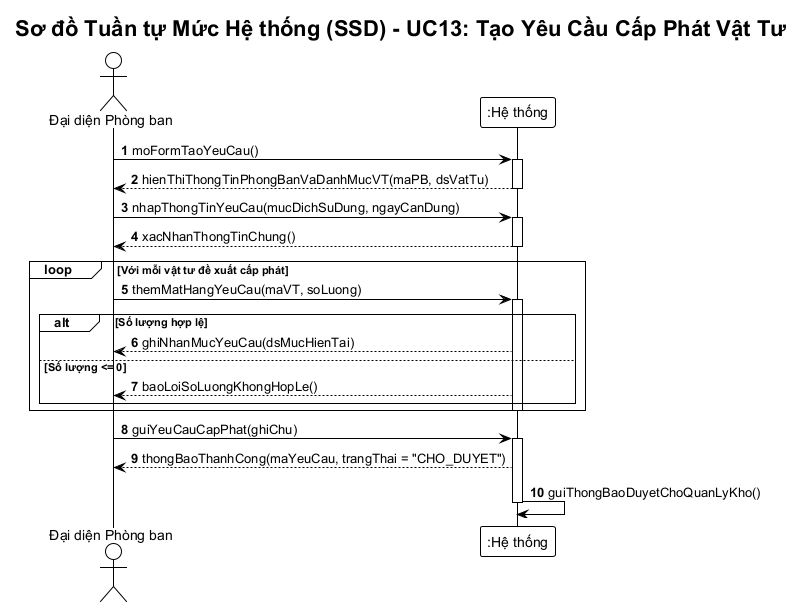
The PlantUML diagram BTL-QuanLyKhoHang/diagrams/ssd-yeu-cau-cap-phat.png in vuhoabinh2416137/G8_Quanlysanphamvakhohang, before a commit.
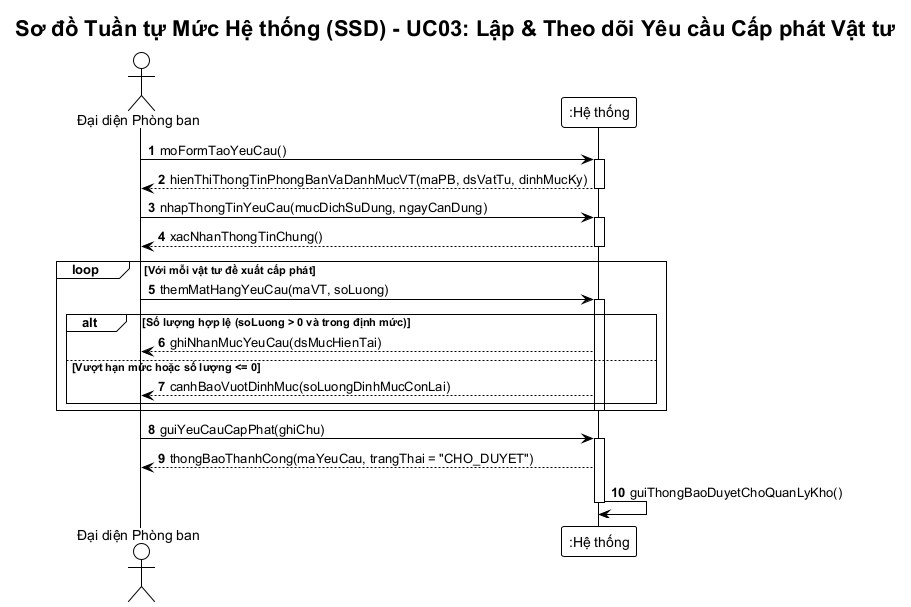
After the commit.

What changed in the source:
```diff
@@ -4,14 +4,14 @@
 skinparam responseMessageBelowArrow true
 skinparam defaultFontName "Arial"
 
-title Sơ đồ Tuần tự Mức Hệ thống (SSD) - UC13: Tạo Yêu Cầu Cấp Phát Vật Tư
+title Sơ đồ Tuần tự Mức Hệ thống (SSD) - UC03: Lập & Theo dõi Yêu cầu Cấp phát Vật tư
 
 actor "Đại diện Phòng ban" as DSPB
 participant ":Hệ thống" as Sys
 
 DSPB -> Sys: moFormTaoYeuCau()
 activate Sys
-Sys --> DSPB: hienThiThongTinPhongBanVaDanhMucVT(maPB, dsVatTu)
+Sys --> DSPB: hienThiThongTinPhongBanVaDanhMucVT(maPB, dsVatTu, dinhMucKy)
 deactivate Sys
 
 DSPB -> Sys: nhapThongTinYeuCau(mucDichSuDung, ngayCanDung)
@@ -22,10 +22,10 @@
 loop Với mỗi vật tư đề xuất cấp phát
     DSPB -> Sys: themMatHangYeuCau(maVT, soLuong)
     activate Sys
-    alt Số lượng hợp lệ
+    alt Số lượng hợp lệ (soLuong > 0 và trong định mức)
         Sys --> DSPB: ghiNhanMucYeuCau(dsMucHienTai)
-    else Số lượng <= 0
-        Sys --> DSPB: baoLoiSoLuongKhongHopLe()
+    else Vượt hạn mức hoặc số lượng <= 0
+        Sys --> DSPB: canhBaoVuotDinhMuc(soLuongDinhMucConLai)
     end
     deactivate Sys
 end
```
